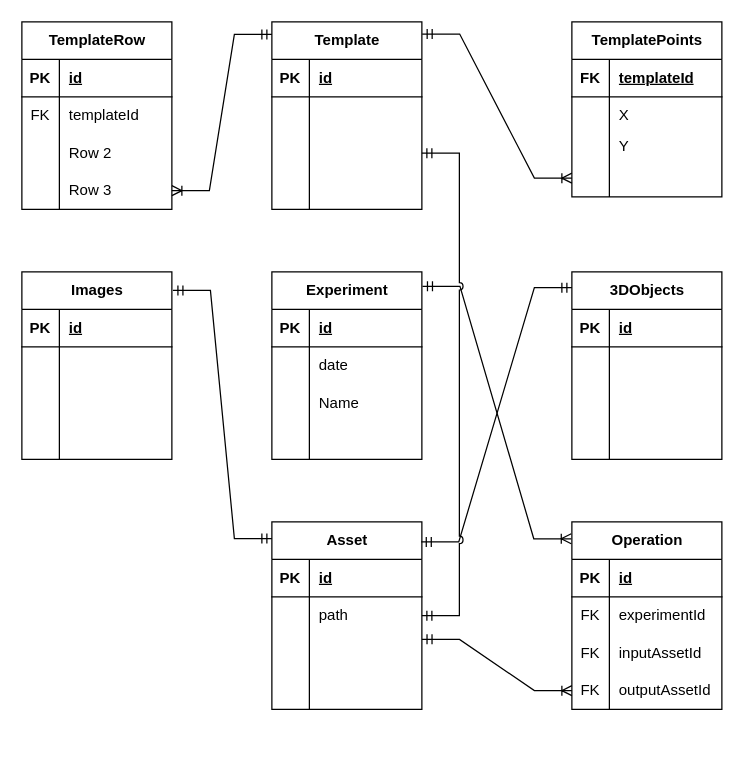
okashaluai/Fingerprint-Biometric-Research-Tool keeps this draw.io diagram as page "ERD" (11 of 11) of Docs/Diagrams.drawio.xml. Above is the earlier version. Source tidied: cells renumbered, new cells numbered last; positions are measured from the earlier drawing's top-left corner, leaving out a move shared by most shapes. Both pictures are drawn from the tidied source at 125%, with x=0, y=0 at pixel (21, 21).
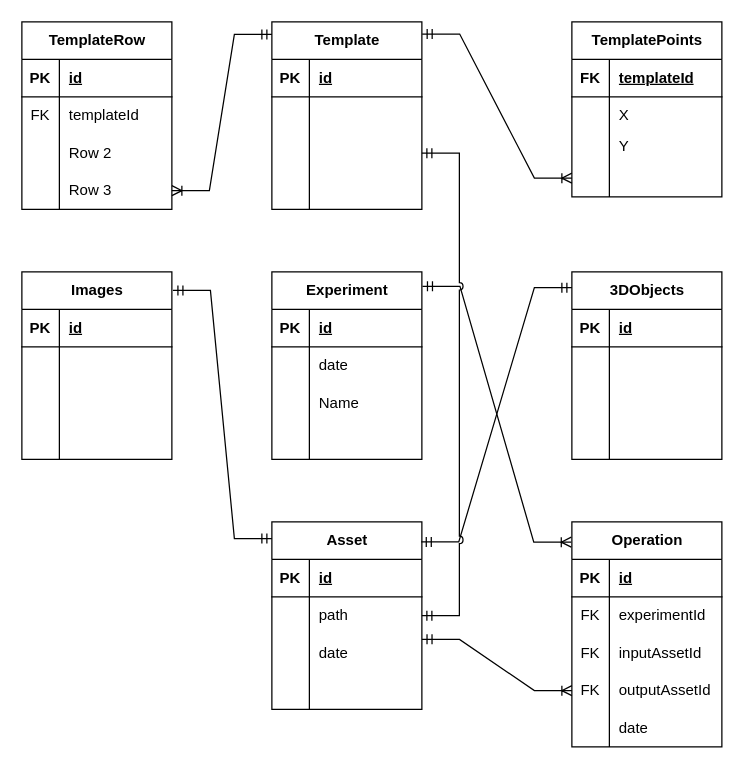
The same diagram, later.

The change refers to these unchanged cells:
```xml
<mxCell id="103" style="shape=tableRow;horizontal=0;startSize=0;swimlaneHead=0;swimlaneBody=0;fillColor=none;points=[[0,0.5],[1,0.5]];portConstraint=eastwest;top=0;left=0;right=0;bottom=0;" parent="96" vertex="1">
  <mxGeometry y="90" width="120" height="30" as="geometry" />
</mxCell>
```

Diff of the diagram source:
```diff
@@
     <mxCell id="80" value="Operation" style="shape=table;startSize=30;childLayout=tableLayout;rowLines=0;fontStyle=1;align=center;html=1;" parent="1" vertex="1">
-      <mxGeometry x="440" y="400" width="120" height="150" as="geometry" />
+      <mxGeometry x="440" y="400" width="120" height="180" as="geometry" />
     </mxCell>
@@
+    <mxCell id="113" style="shape=tableRow;horizontal=0;startSize=0;swimlaneHead=0;swimlaneBody=0;fillColor=none;top=0;left=0;right=0;bottom=0;" parent="80" vertex="1">
+      <mxGeometry y="150" width="120" height="30" as="geometry" />
+    </mxCell>
+    <mxCell id="114" style="shape=partialRectangle;fillColor=none;top=0;left=0;bottom=0;right=0;overflow=hidden;whiteSpace=wrap;html=1;" parent="113" vertex="1">
+      <mxGeometry width="30" height="30" as="geometry" />
+    </mxCell>
+    <mxCell id="115" value="date" style="shape=partialRectangle;fillColor=none;top=0;left=0;bottom=0;right=0;align=left;spacingLeft=6;overflow=hidden;whiteSpace=wrap;html=1;" parent="113" vertex="1">
+      <mxGeometry x="30" width="90" height="30" as="geometry" />
+    </mxCell>
@@
-    <mxCell id="105" style="shape=partialRectangle;fillColor=none;top=0;left=0;bottom=0;right=0;align=left;spacingLeft=6;overflow=hidden;whiteSpace=wrap;html=1;" parent="103" vertex="1">
+    <mxCell id="105" value="date" style="shape=partialRectangle;fillColor=none;top=0;left=0;bottom=0;right=0;align=left;spacingLeft=6;overflow=hidden;whiteSpace=wrap;html=1;" parent="103" vertex="1">
       <mxGeometry x="30" width="90" height="30" as="geometry" />
     </mxCell>
```
